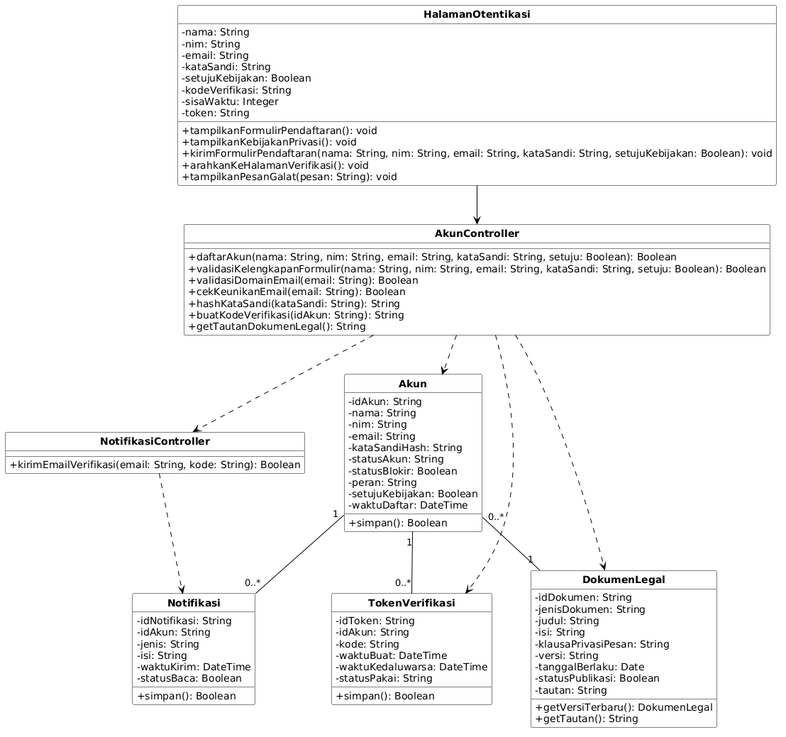
This is docs/M7/assets/diagram/Diagram_Kelas_UC01.png from ghaniyul/IF2150-RPL-K01-G02, a PlantUML export, as it was before one commit. Its diagram source:
```plantuml
@startuml
skinparam monochrome true
skinparam shadowing false
skinparam defaultFontName Arial
skinparam classAttributeIconSize 0
skinparam classFontStyle bold
skinparam classBorderColor #000000
skinparam classBackgroundColor #FFFFFF
skinparam arrowColor #000000
skinparam nodesep 55
skinparam ranksep 55

hide circle
hide stereotype

class "HalamanOtentikasi" as C01 {
  - nama: String
  - nim: String
  - email: String
  - kataSandi: String
  - setujuKebijakan: Boolean
  - kodeVerifikasi: String
  - sisaWaktu: Integer
  - token: String
  + tampilkanFormulirPendaftaran(): void
  + tampilkanKebijakanPrivasi(): void
  + kirimFormulirPendaftaran(nama: String, nim: String, email: String, kataSandi: String, setujuKebijakan: Boolean): void
  + arahkanKeHalamanVerifikasi(): void
  + tampilkanPesanGalat(pesan: String): void
}

class "AkunController" as C13 {
  + daftarAkun(nama: String, nim: String, email: String, kataSandi: String, setuju: Boolean): Boolean
  + validasiKelengkapanFormulir(nama: String, nim: String, email: String, kataSandi: String, setuju: Boolean): Boolean
  + validasiDomainEmail(email: String): Boolean
  + cekKeunikanEmail(email: String): Boolean
  + hashKataSandi(kataSandi: String): String
  + buatKodeVerifikasi(idAkun: String): String
  + getTautanDokumenLegal(): String
}

class "NotifikasiController" as C19 {
  + kirimEmailVerifikasi(email: String, kode: String): Boolean
}

class "Akun" as C23 {
  - idAkun: String
  - nama: String
  - nim: String
  - email: String
  - kataSandiHash: String
  - statusAkun: String
  - statusBlokir: Boolean
  - peran: String
  - setujuKebijakan: Boolean
  - waktuDaftar: DateTime
  + simpan(): Boolean
}

class "TokenVerifikasi" as C27 {
  - idToken: String
  - idAkun: String
  - kode: String
  - waktuBuat: DateTime
  - waktuKedaluwarsa: DateTime
  - statusPakai: String
  + simpan(): Boolean
}

class "Notifikasi" as C35 {
  - idNotifikasi: String
  - idAkun: String
  - jenis: String
  - isi: String
  - waktuKirim: DateTime
  - statusBaca: Boolean
  + simpan(): Boolean
}

class "DokumenLegal" as C40 {
  - idDokumen: String
  - jenisDokumen: String
  - judul: String
  - isi: String
  - klausaPrivasiPesan: String
  - versi: String
  - tanggalBerlaku: Date
  - statusPublikasi: Boolean
  - tautan: String
  + getVersiTerbaru(): DokumenLegal
  + getTautan(): String
}

C01 --> C13
C13 ..> C19
C13 ..> C23
C13 ..> C27
C13 ..> C40
C19 ..> C35

C23 "1" -- "0..*" C27
C23 "1" -- "0..*" C35
C23 "0..*" -- "1" C40
@enduml
```
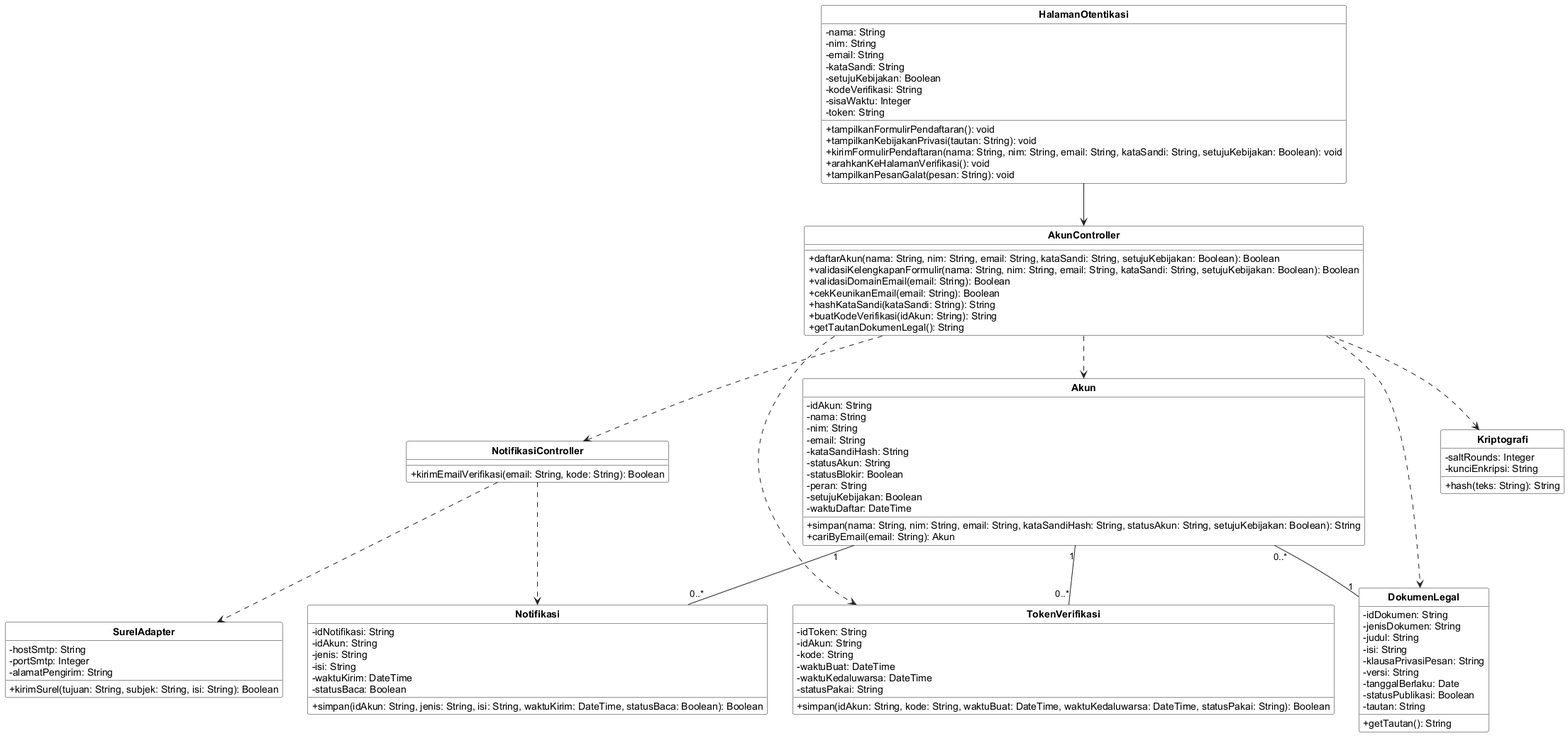
The same diagram one commit later.

What changed in the source:
```diff
@@ -1,17 +1,16 @@
 @startuml
-skinparam monochrome true
 skinparam shadowing false
+skinparam classAttributeIconSize 0
+skinparam classBackgroundColor #FFFFFF
+skinparam classBorderColor #222222
+skinparam arrowColor #222222
+skinparam packageBorderColor #888888
 skinparam defaultFontName Arial
-skinparam classAttributeIconSize 0
 skinparam classFontStyle bold
-skinparam classBorderColor #000000
-skinparam classBackgroundColor #FFFFFF
-skinparam arrowColor #000000
-skinparam nodesep 55
-skinparam ranksep 55
-
+skinparam stereotypeFontSize 10
 hide circle
 hide stereotype
+
 
 class "HalamanOtentikasi" as C01 {
   - nama: String
@@ -23,26 +22,23 @@
   - sisaWaktu: Integer
   - token: String
   + tampilkanFormulirPendaftaran(): void
-  + tampilkanKebijakanPrivasi(): void
+  + tampilkanKebijakanPrivasi(tautan: String): void
   + kirimFormulirPendaftaran(nama: String, nim: String, email: String, kataSandi: String, setujuKebijakan: Boolean): void
   + arahkanKeHalamanVerifikasi(): void
   + tampilkanPesanGalat(pesan: String): void
 }
-
 class "AkunController" as C13 {
-  + daftarAkun(nama: String, nim: String, email: String, kataSandi: String, setuju: Boolean): Boolean
-  + validasiKelengkapanFormulir(nama: String, nim: String, email: String, kataSandi: String, setuju: Boolean): Boolean
+  + daftarAkun(nama: String, nim: String, email: String, kataSandi: String, setujuKebijakan: Boolean): Boolean
+  + validasiKelengkapanFormulir(nama: String, nim: String, email: String, kataSandi: String, setujuKebijakan: Boolean): Boolean
   + validasiDomainEmail(email: String): Boolean
   + cekKeunikanEmail(email: String): Boolean
   + hashKataSandi(kataSandi: String): String
   + buatKodeVerifikasi(idAkun: String): String
   + getTautanDokumenLegal(): String
 }
-
 class "NotifikasiController" as C19 {
   + kirimEmailVerifikasi(email: String, kode: String): Boolean
 }
-
 class "Akun" as C23 {
   - idAkun: String
   - nama: String
@@ -54,9 +50,9 @@
   - peran: String
   - setujuKebijakan: Boolean
   - waktuDaftar: DateTime
-  + simpan(): Boolean
+  + simpan(nama: String, nim: String, email: String, kataSandiHash: String, statusAkun: String, setujuKebijakan: Boolean): String
+  + cariByEmail(email: String): Akun
 }
-
 class "TokenVerifikasi" as C27 {
   - idToken: String
   - idAkun: String
@@ -64,9 +60,8 @@
   - waktuBuat: DateTime
   - waktuKedaluwarsa: DateTime
   - statusPakai: String
-  + simpan(): Boolean
+  + simpan(idAkun: String, kode: String, waktuBuat: DateTime, waktuKedaluwarsa: DateTime, statusPakai: String): Boolean
 }
-
 class "Notifikasi" as C35 {
   - idNotifikasi: String
   - idAkun: String
@@ -74,9 +69,8 @@
   - isi: String
   - waktuKirim: DateTime
   - statusBaca: Boolean
-  + simpan(): Boolean
+  + simpan(idAkun: String, jenis: String, isi: String, waktuKirim: DateTime, statusBaca: Boolean): Boolean
 }
-
 class "DokumenLegal" as C40 {
   - idDokumen: String
   - jenisDokumen: String
@@ -87,17 +81,27 @@
   - tanggalBerlaku: Date
   - statusPublikasi: Boolean
   - tautan: String
-  + getVersiTerbaru(): DokumenLegal
   + getTautan(): String
 }
-
+class "Kriptografi" as C42 {
+  - saltRounds: Integer
+  - kunciEnkripsi: String
+  + hash(teks: String): String
+}
+class "SurelAdapter" as C43 {
+  - hostSmtp: String
+  - portSmtp: Integer
+  - alamatPengirim: String
+  + kirimSurel(tujuan: String, subjek: String, isi: String): Boolean
+}
 C01 --> C13
-C13 ..> C19
 C13 ..> C23
 C13 ..> C27
 C13 ..> C40
+C13 ..> C19
+C13 ..> C42
 C19 ..> C35
-
+C19 ..> C43
 C23 "1" -- "0..*" C27
 C23 "1" -- "0..*" C35
 C23 "0..*" -- "1" C40
```
